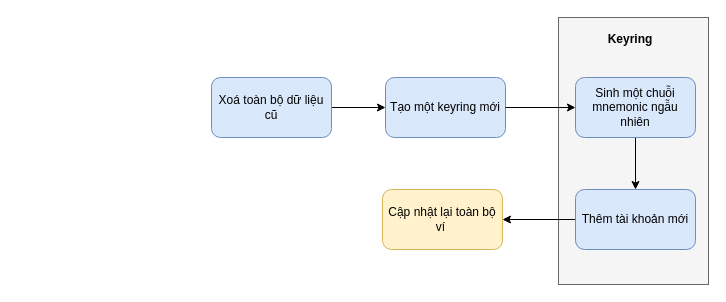
Before: page "keyring-create-wallet" (2 of 2) of documents/metamask.drawio in phamhongphuc1999/web-practice, a draw.io diagram. Source tidied: cells renumbered, new cells numbered last; positions are measured from the earlier drawing's top-left corner, leaving out a move shared by most shapes. Both pictures are drawn from the tidied source at 100%, with x=0, y=0 at pixel (211, 17).
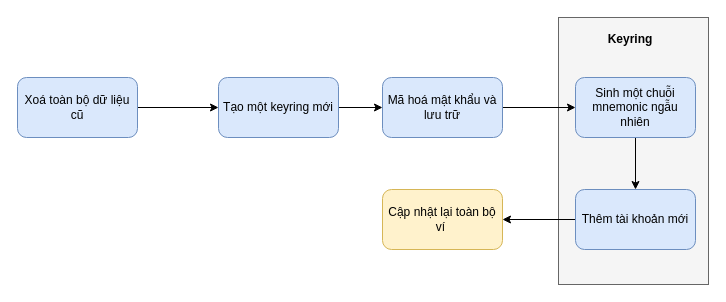
After the change.

Change to the diagram source:
```diff
@@
 <mxGraphModel>
   <root>
     <mxCell id="0" />
     <mxCell id="1" parent="0" />
     <mxCell id="2" style="edgeStyle=orthogonalEdgeStyle;rounded=0;jettySize=auto;html=1;" parent="1" edge="1" source="3" target="4">
       <mxGeometry relative="1" as="geometry" />
     </mxCell>
     <mxCell id="3" value="Xoá toàn bộ dữ liệu cũ" style="rounded=1;whiteSpace=wrap;html=1;fillColor=#dae8fc;strokeColor=#6c8ebf;" parent="1" vertex="1">
-      <mxGeometry y="60" width="120" height="60" as="geometry" />
+      <mxGeometry x="-194" y="60" width="120" height="60" as="geometry" />
     </mxCell>
+    <mxCell id="13" style="edgeStyle=orthogonalEdgeStyle;rounded=0;jettySize=auto;html=1;" parent="1" edge="1" source="4" target="15">
+      <mxGeometry relative="1" as="geometry" />
+    </mxCell>
     <mxCell id="4" value="Tạo một keyring mới" style="rounded=1;whiteSpace=wrap;html=1;fillColor=#dae8fc;strokeColor=#6c8ebf;" parent="1" vertex="1">
-      <mxGeometry x="174" y="60" width="120" height="60" as="geometry" />
+      <mxGeometry x="7" y="60" width="120" height="60" as="geometry" />
     </mxCell>
     <mxCell id="5" style="rounded=0;whiteSpace=wrap;html=1;sketch=0;fillStyle=auto;fillColor=#f5f5f5;fontColor=#333333;strokeColor=#666666;" parent="1" vertex="1">
       <mxGeometry x="347" width="150" height="267" as="geometry" />
     </mxCell>
     <mxCell id="6" style="edgeStyle=orthogonalEdgeStyle;rounded=0;jettySize=auto;html=1;" parent="1" edge="1" source="7" target="9">
       <mxGeometry relative="1" as="geometry" />
     </mxCell>
     <mxCell id="7" value="Sinh một chuỗi mnemonic ngẫu nhiên" style="rounded=1;whiteSpace=wrap;html=1;fillColor=#dae8fc;strokeColor=#6c8ebf;" parent="1" vertex="1">
       <mxGeometry x="364" y="60" width="120" height="60" as="geometry" />
     </mxCell>
     <mxCell id="8" style="edgeStyle=orthogonalEdgeStyle;rounded=0;jettySize=auto;html=1;" parent="1" edge="1" source="9" target="10">
       <mxGeometry relative="1" as="geometry" />
     </mxCell>
     <mxCell id="9" value="Thêm tài khoản mới" style="rounded=1;whiteSpace=wrap;html=1;fillColor=#dae8fc;strokeColor=#6c8ebf;" parent="1" vertex="1">
       <mxGeometry x="364" y="172" width="120" height="60" as="geometry" />
     </mxCell>
     <mxCell id="10" value="Cập nhật lại toàn bộ ví&amp;nbsp;" style="rounded=1;whiteSpace=wrap;html=1;fillColor=#fff2cc;strokeColor=#d6b656;" parent="1" vertex="1">
       <mxGeometry x="171" y="172" width="120" height="60" as="geometry" />
     </mxCell>
-    <mxCell id="11" style="edgeStyle=orthogonalEdgeStyle;rounded=0;jettySize=auto;html=1;" parent="1" edge="1" source="4" target="7">
-      <mxGeometry relative="1" as="geometry" />
-    </mxCell>
     <mxCell id="12" value="Keyring" style="text;html=1;strokeColor=none;fillColor=none;align=center;verticalAlign=middle;whiteSpace=wrap;rounded=0;sketch=0;fillStyle=auto;fontStyle=1;" parent="1" vertex="1">
       <mxGeometry x="353" y="7" width="132" height="30" as="geometry" />
     </mxCell>
+    <mxCell id="14" style="edgeStyle=orthogonalEdgeStyle;rounded=0;jettySize=auto;html=1;" parent="1" edge="1" source="15" target="7">
+      <mxGeometry relative="1" as="geometry" />
+    </mxCell>
+    <mxCell id="15" value="Mã hoá mật khẩu và lưu trữ" style="rounded=1;whiteSpace=wrap;html=1;fillColor=#dae8fc;strokeColor=#6c8ebf;" parent="1" vertex="1">
+      <mxGeometry x="171" y="60" width="120" height="60" as="geometry" />
+    </mxCell>
   </root>
 </mxGraphModel>
```
